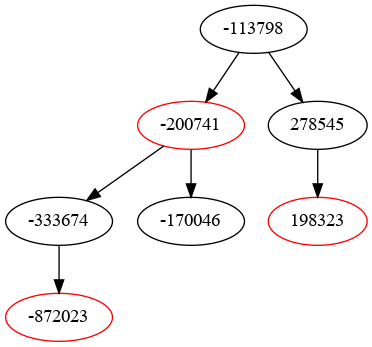
Earlier version of the Graphviz export output.png (chopikus/ll-rb-tree). Its source is kept beside it as output.dot.
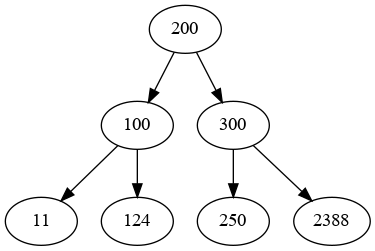
After the change.

Diff of the diagram source:
```diff
@@ -1,15 +1,15 @@
 digraph g {
-B [label=-113798, color = BLACK]
-C [label=-200741, color = RED]
-B-> C
-H [label=-333674, color = BLACK]
-C-> H
-F [label=-872023, color = RED]
-H-> F
-E [label=-170046, color = BLACK]
-C-> E
-D [label=278545, color = BLACK]
+B [label=200, color = BLACK]
+A [label=100, color = BLACK]
+B-> A
+H [label=11, color = BLACK]
+A-> H
+F [label=124, color = BLACK]
+A-> F
+D [label=300, color = BLACK]
 B-> D
-G [label=198323, color = RED]
+E [label=250, color = BLACK]
+D-> E
+G [label=2388, color = BLACK]
 D-> G
 }
```
